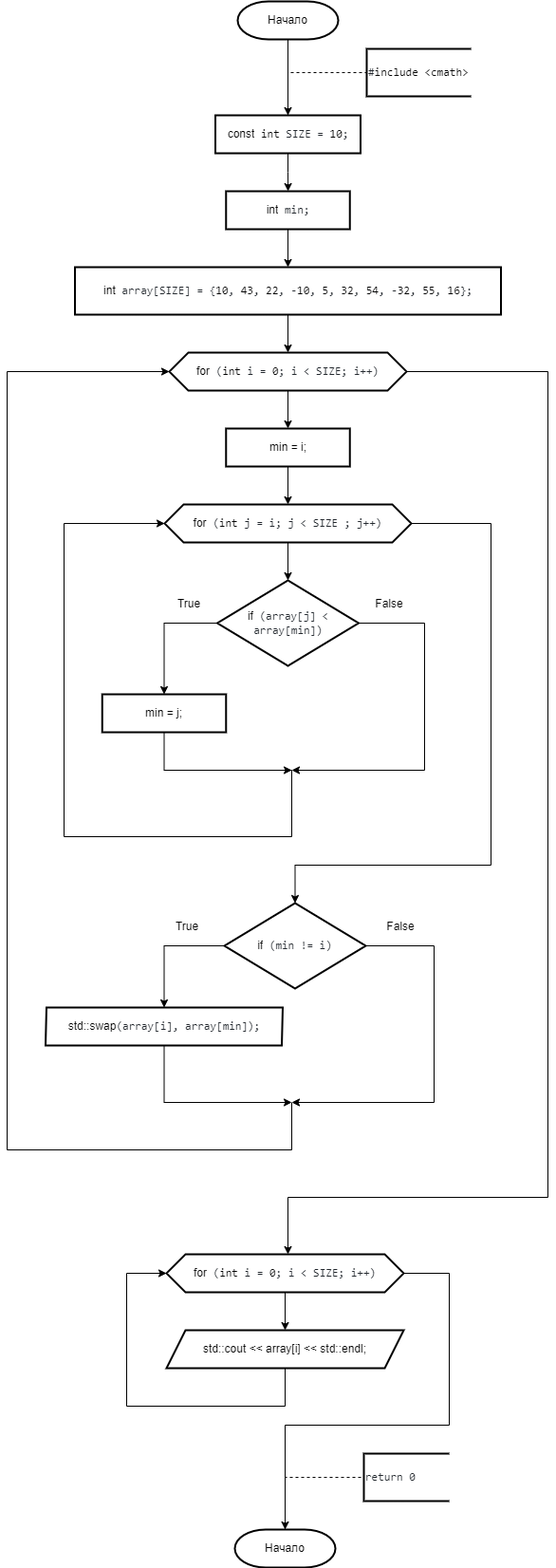
Above: Labs/Сортировка выбором/Сортировка выбором.png in IlyaFedoseev227/LABS-PNRPU-IVT-22-1b (draw.io), before the change. Source tidied: cells renumbered, new cells last; positions are measured from the earlier drawing's top-left corner, leaving out a move shared by most shapes.
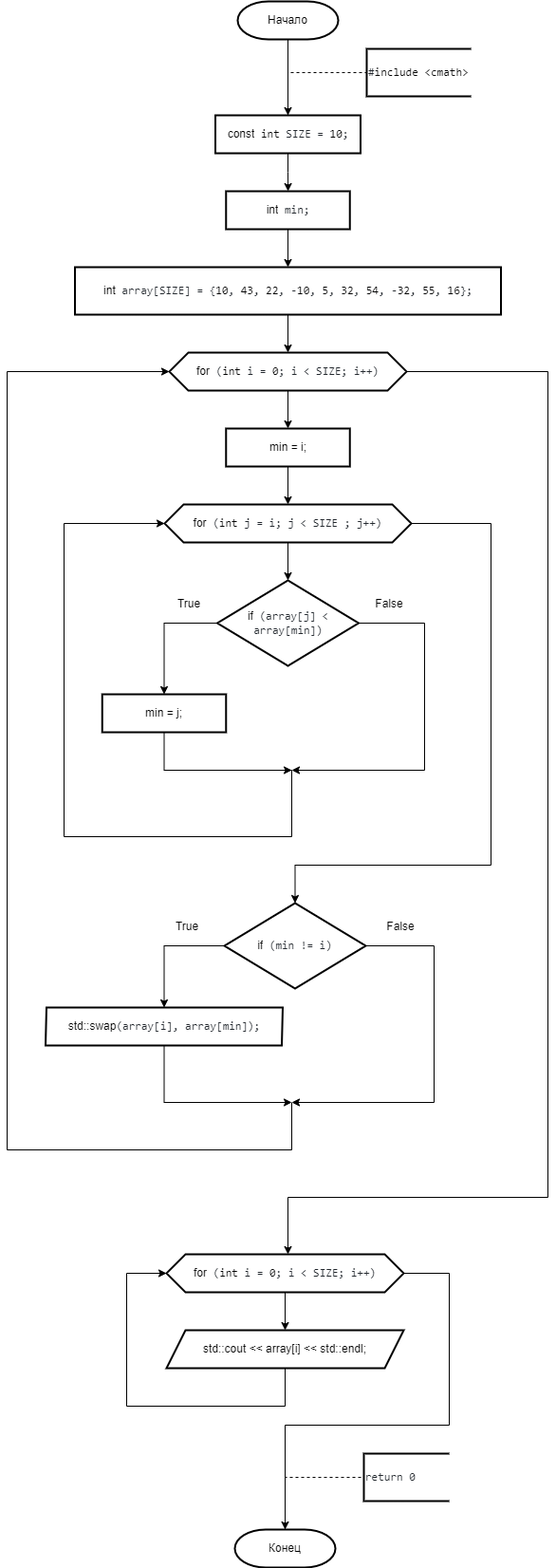
After the commit.

The edit, as a diff of the source:
```diff
@@ -83,7 +83,7 @@
     <mxCell id="20" value="&lt;div style=&quot;text-align: start;&quot;&gt;std::cout &amp;lt;&amp;lt; array[i] &amp;lt;&amp;lt; std::endl;&lt;br&gt;&lt;/div&gt;" style="shape=parallelogram;perimeter=parallelogramPerimeter;whiteSpace=wrap;html=1;fixedSize=1;strokeWidth=2;size=20;" parent="1" vertex="1">
       <mxGeometry x="168" y="1400" width="250" height="40" as="geometry" />
     </mxCell>
-    <mxCell id="21" value="Начало" style="strokeWidth=2;html=1;shape=mxgraph.flowchart.terminator;whiteSpace=wrap;" parent="1" vertex="1">
+    <mxCell id="21" value="Конец" style="strokeWidth=2;html=1;shape=mxgraph.flowchart.terminator;whiteSpace=wrap;" parent="1" vertex="1">
       <mxGeometry x="240" y="1610" width="106" height="40" as="geometry" />
     </mxCell>
     <mxCell id="22" style="edgeStyle=orthogonalEdgeStyle;rounded=0;jettySize=auto;html=1;exitX=0.5;exitY=0;exitDx=0;exitDy=0;entryX=0;entryY=0.5;entryDx=0;entryDy=0;entryPerimeter=0;dashed=1;endArrow=none;endFill=0;exitPerimeter=0;" parent="1" edge="1" source="21" target="23">
```
